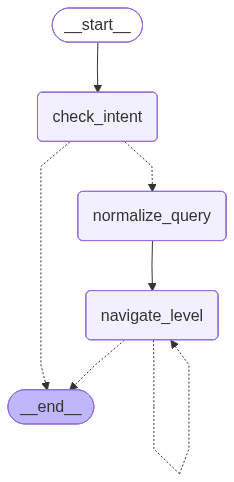
Earlier version of the Mermaid export docs/navigation_graph.png (Khaledhamza77/waraq). Its source is kept beside it as docs/navigation_graph.mmd.
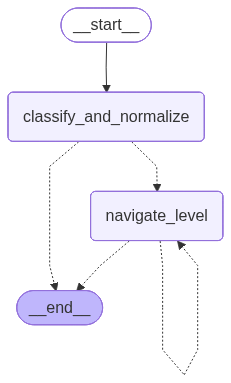
The same diagram one commit later.

Diff of the diagram source:
```diff
@@ -5,15 +5,13 @@
 ---
 graph TD;
 	__start__([<p>__start__</p>]):::first
-	check_intent(check_intent)
-	normalize_query(normalize_query)
+	classify_and_normalize(classify_and_normalize)
 	navigate_level(navigate_level)
 	__end__([<p>__end__</p>]):::last
-	__start__ --> check_intent;
-	check_intent -.-> __end__;
-	check_intent -.-> normalize_query;
+	__start__ --> classify_and_normalize;
+	classify_and_normalize -.-> __end__;
+	classify_and_normalize -.-> navigate_level;
 	navigate_level -.-> __end__;
-	normalize_query --> navigate_level;
 	navigate_level -.-> navigate_level;
 	classDef default fill:#f2f0ff,line-height:1.2
 	classDef first fill-opacity:0
```
